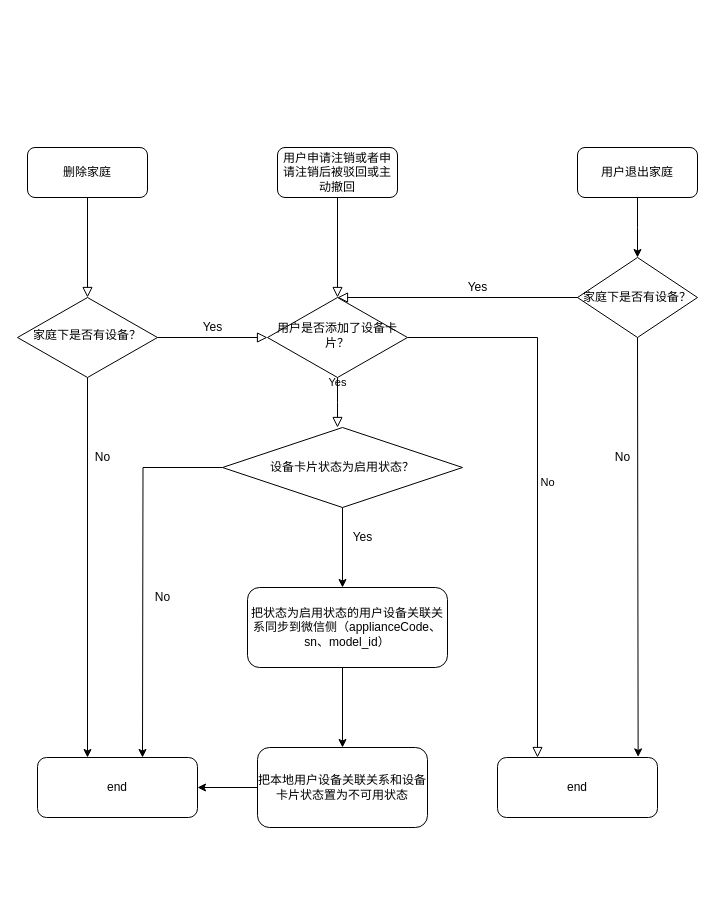
Above: page "Page-1" (1 of 2) of Untitled Diagram.drawio in lizhenghui337/draw (draw.io), before the change. Source tidied: cells renumbered, new cells numbered last; positions are measured from the earlier drawing's top-left corner, leaving out a move shared by most shapes. Both pictures are drawn from the tidied source at 100%, with x=0, y=0 at pixel (17, 147).
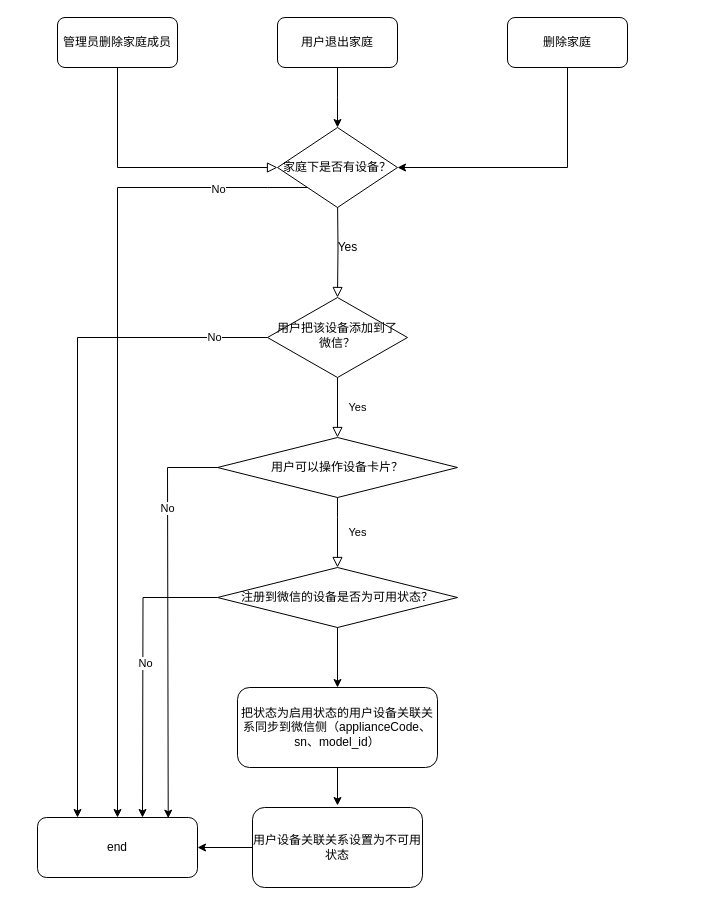
After the change.

Change to the diagram source:
```diff
@@
-    <mxCell id="2" style="rounded=0;html=1;jettySize=auto;fontSize=11;endArrow=block;endFill=0;endSize=8;strokeWidth=1;shadow=0;labelBackgroundColor=none;edgeStyle=orthogonalEdgeStyle;" parent="1" edge="1" source="3" target="6">
-      <mxGeometry relative="1" as="geometry" />
+    <mxCell id="2" style="rounded=0;html=1;jettySize=auto;fontSize=11;endArrow=block;endFill=0;endSize=8;strokeWidth=1;shadow=0;labelBackgroundColor=none;edgeStyle=orthogonalEdgeStyle;" parent="1" edge="1" target="6">
+      <mxGeometry relative="1" as="geometry">
+        <mxPoint x="320" y="50" as="sourcePoint" />
+      </mxGeometry>
     </mxCell>
-    <mxCell id="3" value="用户申请注销或者申请注销后被驳回或主动撤回" style="rounded=1;whiteSpace=wrap;html=1;fontSize=12;glass=0;strokeWidth=1;shadow=0;" parent="1" vertex="1">
-      <mxGeometry x="260" width="120" height="50" as="geometry" />
-    </mxCell>
-    <mxCell id="4" value="Yes" style="rounded=0;html=1;jettySize=auto;fontSize=11;endArrow=block;endFill=0;endSize=8;strokeWidth=1;shadow=0;labelBackgroundColor=none;edgeStyle=orthogonalEdgeStyle;entryX=0.5;entryY=0;entryDx=0;entryDy=0;" parent="1" edge="1" source="6">
-      <mxGeometry y="20" relative="1" as="geometry">
-        <mxPoint x="320" y="280" as="targetPoint" />
-      </mxGeometry>
+    <mxCell id="4" value="Yes" style="rounded=0;html=1;jettySize=auto;fontSize=11;endArrow=block;endFill=0;endSize=8;strokeWidth=1;shadow=0;labelBackgroundColor=none;edgeStyle=orthogonalEdgeStyle;entryX=0.5;entryY=0;entryDx=0;entryDy=0;" parent="1" edge="1" source="6" target="35">
+      <mxGeometry y="20" relative="1" as="geometry" />
     </mxCell>
-    <mxCell id="5" value="No" style="edgeStyle=orthogonalEdgeStyle;rounded=0;html=1;jettySize=auto;fontSize=11;endArrow=block;endFill=0;endSize=8;strokeWidth=1;shadow=0;labelBackgroundColor=none;entryX=0.25;entryY=0;entryDx=0;entryDy=0;" parent="1" edge="1" source="6" target="30">
-      <mxGeometry y="10" relative="1" as="geometry" />
-    </mxCell>
-    <mxCell id="6" value="用户是否添加了设备卡片？" style="rhombus;whiteSpace=wrap;html=1;shadow=0;fontFamily=Helvetica;fontSize=12;align=center;strokeWidth=1;spacing=6;spacingTop=-4;" parent="1" vertex="1">
+    <mxCell id="6" value="用户把该设备添加到了微信？" style="rhombus;whiteSpace=wrap;html=1;shadow=0;fontFamily=Helvetica;fontSize=12;align=center;strokeWidth=1;spacing=6;spacingTop=-4;" parent="1" vertex="1">
       <mxGeometry x="250" y="150" width="140" height="80" as="geometry" />
     </mxCell>
     <mxCell id="7" style="edgeStyle=orthogonalEdgeStyle;rounded=0;jettySize=auto;html=1;" parent="1" edge="1" source="8">
       <mxGeometry relative="1" as="geometry">
-        <mxPoint x="620" y="110" as="targetPoint" />
+        <mxPoint x="320" y="-20" as="targetPoint" />
       </mxGeometry>
     </mxCell>
     <mxCell id="8" value="用户退出家庭" style="rounded=1;whiteSpace=wrap;html=1;fontSize=12;glass=0;strokeWidth=1;shadow=0;" parent="1" vertex="1">
-      <mxGeometry x="560" width="120" height="50" as="geometry" />
+      <mxGeometry x="260" y="-130" width="120" height="50" as="geometry" />
     </mxCell>
-    <mxCell id="9" style="rounded=0;html=1;jettySize=auto;fontSize=11;endArrow=block;endFill=0;endSize=8;strokeWidth=1;shadow=0;labelBackgroundColor=none;edgeStyle=orthogonalEdgeStyle;entryX=0.5;entryY=0;entryDx=0;entryDy=0;exitX=0;exitY=0.5;exitDx=0;exitDy=0;" parent="1" edge="1" target="6">
-      <mxGeometry relative="1" as="geometry">
-        <mxPoint x="670" y="150" as="sourcePoint" />
-        <Array as="points">
-          <mxPoint x="670" y="150" />
-        </Array>
-      </mxGeometry>
-    </mxCell>
     <mxCell id="10" value="家庭下是否有设备？" style="rhombus;whiteSpace=wrap;html=1;" parent="1" vertex="1">
-      <mxGeometry x="560" y="110" width="120" height="80" as="geometry" />
+      <mxGeometry x="260" y="-20" width="120" height="80" as="geometry" />
     </mxCell>
-    <mxCell id="11" value="No" style="text;html=1;align=center;verticalAlign=middle;strokeColor=none;fillColor=none;" parent="1" vertex="1">
-      <mxGeometry x="590" y="300" width="30" height="20" as="geometry" />
-    </mxCell>
-    <mxCell id="12" style="rounded=0;html=1;jettySize=auto;fontSize=11;endArrow=block;endFill=0;endSize=8;strokeWidth=1;shadow=0;labelBackgroundColor=none;edgeStyle=orthogonalEdgeStyle;" parent="1" edge="1" source="13" target="14">
-      <mxGeometry relative="1" as="geometry" />
-    </mxCell>
     <mxCell id="13" value="删除家庭" style="rounded=1;whiteSpace=wrap;html=1;fontSize=12;glass=0;strokeWidth=1;shadow=0;" parent="1" vertex="1">
-      <mxGeometry x="10" width="120" height="50" as="geometry" />
+      <mxGeometry x="490" y="-130" width="120" height="50" as="geometry" />
     </mxCell>
-    <mxCell id="14" value="家庭下是否有设备？" style="rhombus;whiteSpace=wrap;html=1;shadow=0;fontFamily=Helvetica;fontSize=12;align=center;strokeWidth=1;spacing=6;spacingTop=-4;" parent="1" vertex="1">
-      <mxGeometry y="150" width="140" height="80" as="geometry" />
-    </mxCell>
-    <mxCell id="15" style="rounded=0;html=1;jettySize=auto;fontSize=11;endArrow=block;endFill=0;endSize=8;strokeWidth=1;shadow=0;labelBackgroundColor=none;edgeStyle=orthogonalEdgeStyle;exitX=1;exitY=0.5;exitDx=0;exitDy=0;" parent="1" edge="1" source="14" target="6">
-      <mxGeometry relative="1" as="geometry" />
-    </mxCell>
-    <mxCell id="16" value="Yes" style="text;html=1;align=center;verticalAlign=middle;strokeColor=none;fillColor=none;" parent="1" vertex="1">
-      <mxGeometry x="180" y="170" width="30" height="20" as="geometry" />
-    </mxCell>
-    <mxCell id="17" value="No" style="text;html=1;align=center;verticalAlign=middle;strokeColor=none;fillColor=none;" parent="1" vertex="1">
-      <mxGeometry x="70" y="300" width="30" height="20" as="geometry" />
-    </mxCell>
-    <mxCell id="18" style="edgeStyle=orthogonalEdgeStyle;rounded=0;orthogonalLoop=1;jettySize=auto;html=1;exitX=0.5;exitY=1;exitDx=0;exitDy=0;" parent="1" edge="1">
+    <mxCell id="18" style="edgeStyle=orthogonalEdgeStyle;rounded=0;jettySize=auto;html=1;exitX=0.5;exitY=1;exitDx=0;exitDy=0;" parent="1" edge="1" source="28">
       <mxGeometry relative="1" as="geometry">
-        <mxPoint x="325" y="520" as="sourcePoint" />
-        <mxPoint x="325" y="600" as="targetPoint" />
+        <mxPoint x="320" y="658" as="targetPoint" />
+        <Array as="points">
+          <mxPoint x="320" y="658" />
+        </Array>
       </mxGeometry>
     </mxCell>
     <mxCell id="19" style="edgeStyle=orthogonalEdgeStyle;rounded=0;jettySize=auto;html=1;" parent="1" edge="1" source="20">
       <mxGeometry relative="1" as="geometry">
-        <mxPoint x="125" y="610" as="targetPoint" />
+        <mxPoint x="125" y="670" as="targetPoint" />
       </mxGeometry>
     </mxCell>
+    <mxCell id="32" value="No" style="edgeLabel;html=1;align=center;verticalAlign=middle;" parent="19" vertex="1">
+      <mxGeometry x="-0.05" y="2" relative="1" as="geometry" />
+    </mxCell>
-    <mxCell id="20" value="设备卡片&lt;span&gt;状态为启用状态？&lt;/span&gt;" style="rhombus;whiteSpace=wrap;html=1;" parent="1" vertex="1">
-      <mxGeometry x="205" y="280" width="240" height="80" as="geometry" />
+    <mxCell id="20" value="注册到微信的设备是否&lt;span&gt;为可用状态？&lt;/span&gt;" style="rhombus;whiteSpace=wrap;html=1;" parent="1" vertex="1">
+      <mxGeometry x="200" y="420" width="240" height="60" as="geometry" />
     </mxCell>
-    <mxCell id="21" style="endArrow=classic;html=1;rounded=0;entryX=0.5;entryY=0;entryDx=0;entryDy=0;exitX=0.5;exitY=1;exitDx=0;exitDy=0;" parent="1" edge="1" source="20">
-      <mxGeometry relative="1" as="geometry">
-        <mxPoint x="325" y="440" as="targetPoint" />
-      </mxGeometry>
-    </mxCell>
-    <mxCell id="22" value="Yes" style="text;html=1;align=center;verticalAlign=middle;strokeColor=none;fillColor=none;" parent="1" vertex="1">
-      <mxGeometry x="330" y="380" width="30" height="20" as="geometry" />
-    </mxCell>
     <mxCell id="23" style="endArrow=classic;html=1;rounded=0;entryX=1;entryY=0.5;entryDx=0;entryDy=0;exitX=0;exitY=0.5;exitDx=0;exitDy=0;" parent="1" edge="1">
       <mxGeometry relative="1" as="geometry">
-        <mxPoint x="245" y="640" as="sourcePoint" />
-        <mxPoint x="180" y="640" as="targetPoint" />
+        <mxPoint x="245" y="700" as="sourcePoint" />
+        <mxPoint x="180" y="700" as="targetPoint" />
       </mxGeometry>
     </mxCell>
-    <mxCell id="24" style="endArrow=classic;html=1;rounded=0;exitX=0.5;exitY=1;exitDx=0;exitDy=0;entryX=0;entryY=0;entryDx=0;entryDy=0;" parent="1" edge="1" source="14">
-      <mxGeometry relative="1" as="geometry">
-        <mxPoint x="70" y="610" as="targetPoint" />
-      </mxGeometry>
-    </mxCell>
-    <mxCell id="25" value="No" style="text;html=1;align=center;verticalAlign=middle;strokeColor=none;fillColor=none;" parent="1" vertex="1">
-      <mxGeometry x="130" y="440" width="30" height="20" as="geometry" />
-    </mxCell>
-    <mxCell id="26" value="Yes" style="text;html=1;align=center;verticalAlign=middle;strokeColor=none;fillColor=none;" parent="1" vertex="1">
-      <mxGeometry x="445" y="130" width="30" height="20" as="geometry" />
-    </mxCell>
     <mxCell id="27" value="end" style="rounded=1;whiteSpace=wrap;html=1;" parent="1" vertex="1">
-      <mxGeometry x="20" y="610" width="160" height="60" as="geometry" />
+      <mxGeometry x="20" y="670" width="160" height="60" as="geometry" />
     </mxCell>
+    <mxCell id="29" value="&lt;span&gt;用户设备关联关系设置为不可用状态&lt;/span&gt;" style="rounded=1;whiteSpace=wrap;html=1;" parent="1" vertex="1">
+      <mxGeometry x="235" y="660" width="170" height="80" as="geometry" />
+    </mxCell>
+    <mxCell id="33" style="rounded=0;html=1;jettySize=auto;fontSize=11;endArrow=block;endFill=0;endSize=8;strokeWidth=1;shadow=0;labelBackgroundColor=none;edgeStyle=orthogonalEdgeStyle;entryX=0;entryY=0.5;entryDx=0;entryDy=0;exitX=0.5;exitY=1;exitDx=0;exitDy=0;" parent="1" edge="1" source="34" target="10">
+      <mxGeometry relative="1" as="geometry" />
+    </mxCell>
+    <mxCell id="34" value="管理员删除家庭成员" style="rounded=1;whiteSpace=wrap;html=1;fontSize=12;glass=0;strokeWidth=1;shadow=0;" parent="1" vertex="1">
+      <mxGeometry x="40" y="-130" width="120" height="50" as="geometry" />
+    </mxCell>
     <mxCell id="28" value="&lt;span&gt;把状态为启用状态的用户设备关联关系同步到微信侧（applianceCode、sn、model_id）&lt;/span&gt;" style="rounded=1;whiteSpace=wrap;html=1;" parent="1" vertex="1">
-      <mxGeometry x="230" y="440" width="200" height="80" as="geometry" />
+      <mxGeometry x="220" y="540" width="200" height="80" as="geometry" />
     </mxCell>
-    <mxCell id="29" value="&lt;span&gt;把本地用户设备关联关系和设备卡片状态置为不可用状态&lt;/span&gt;" style="rounded=1;whiteSpace=wrap;html=1;" parent="1" vertex="1">
-      <mxGeometry x="240" y="600" width="170" height="80" as="geometry" />
-    </mxCell>
-    <mxCell id="30" value="end" style="rounded=1;whiteSpace=wrap;html=1;" parent="1" vertex="1">
-      <mxGeometry x="480" y="610" width="160" height="60" as="geometry" />
-    </mxCell>
-    <mxCell id="31" style="endArrow=classic;html=1;rounded=0;exitX=0.5;exitY=1;exitDx=0;exitDy=0;entryX=0.879;entryY=-0.01;entryDx=0;entryDy=0;entryPerimeter=0;" parent="1" edge="1" source="10" target="30">
-      <mxGeometry relative="1" as="geometry" />
-    </mxCell>
+    <mxCell id="35" value="用户可以操作设备卡片？" style="rhombus;whiteSpace=wrap;html=1;" parent="1" vertex="1">
+      <mxGeometry x="200" y="290" width="240" height="60" as="geometry" />
+    </mxCell>
+    <mxCell id="36" value="Yes" style="rounded=0;html=1;jettySize=auto;fontSize=11;endArrow=block;endFill=0;endSize=8;strokeWidth=1;shadow=0;labelBackgroundColor=none;edgeStyle=orthogonalEdgeStyle;exitX=0.5;exitY=1;exitDx=0;exitDy=0;entryX=0.5;entryY=0;entryDx=0;entryDy=0;" parent="1" edge="1" source="35" target="20">
+      <mxGeometry y="20" relative="1" as="geometry">
+        <Array as="points">
+          <mxPoint x="320" y="370" />
+          <mxPoint x="320" y="370" />
+        </Array>
+      </mxGeometry>
+    </mxCell>
+    <mxCell id="37" style="endArrow=classic;html=1;rounded=0;exitX=0.5;exitY=1;exitDx=0;exitDy=0;entryX=0.5;entryY=0;entryDx=0;entryDy=0;" parent="1" edge="1" source="20" target="28">
+      <mxGeometry relative="1" as="geometry" />
+    </mxCell>
+    <mxCell id="38" style="endArrow=classic;html=1;rounded=0;exitX=0.5;exitY=1;exitDx=0;exitDy=0;entryX=1;entryY=0.5;entryDx=0;entryDy=0;" parent="1" edge="1" source="13" target="10">
+      <mxGeometry relative="1" as="geometry">
+        <Array as="points">
+          <mxPoint x="550" y="20" />
+        </Array>
+      </mxGeometry>
+    </mxCell>
+    <mxCell id="39" value="Yes" style="text;html=1;align=center;verticalAlign=middle;strokeColor=none;fillColor=none;" parent="1" vertex="1">
+      <mxGeometry x="315" y="90" width="30" height="20" as="geometry" />
+    </mxCell>
+    <mxCell id="40" style="endArrow=classic;html=1;rounded=0;entryX=0.5;entryY=0;entryDx=0;entryDy=0;exitX=0;exitY=1;exitDx=0;exitDy=0;" parent="1" edge="1" source="10" target="27">
+      <mxGeometry relative="1" as="geometry">
+        <Array as="points">
+          <mxPoint x="250" y="40" />
+          <mxPoint x="100" y="40" />
+        </Array>
+      </mxGeometry>
+    </mxCell>
+    <mxCell id="41" value="No" style="edgeLabel;html=1;align=center;verticalAlign=middle;" parent="40" vertex="1">
+      <mxGeometry x="-0.78" y="1" relative="1" as="geometry" />
+    </mxCell>
+    <mxCell id="42" style="endArrow=classic;html=1;rounded=0;exitX=0;exitY=0.5;exitDx=0;exitDy=0;entryX=0.817;entryY=0.011;entryDx=0;entryDy=0;entryPerimeter=0;" parent="1" edge="1" source="35" target="27">
+      <mxGeometry relative="1" as="geometry">
+        <Array as="points">
+          <mxPoint x="150" y="320" />
+        </Array>
+      </mxGeometry>
+    </mxCell>
+    <mxCell id="43" value="No" style="edgeLabel;html=1;align=center;verticalAlign=middle;" parent="42" vertex="1">
+      <mxGeometry x="-0.55" y="-1" relative="1" as="geometry" />
+    </mxCell>
+    <mxCell id="44" style="endArrow=classic;html=1;rounded=0;exitX=0;exitY=0.5;exitDx=0;exitDy=0;entryX=0.25;entryY=0;entryDx=0;entryDy=0;" parent="1" edge="1" source="6" target="27">
+      <mxGeometry relative="1" as="geometry">
+        <Array as="points">
+          <mxPoint x="60" y="190" />
+        </Array>
+      </mxGeometry>
+    </mxCell>
+    <mxCell id="45" value="No" style="edgeLabel;html=1;align=center;verticalAlign=middle;" parent="44" vertex="1">
+      <mxGeometry x="-0.84" y="-1" relative="1" as="geometry" />
+    </mxCell>
```
